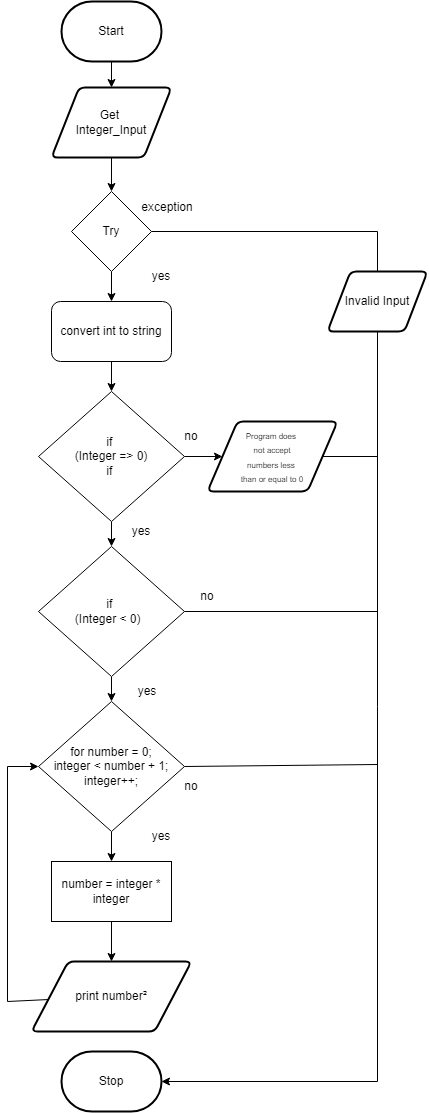
JacksonNaufal/ICS3U-Unit4-03-Python keeps this draw.io diagram as FlowChart.png. Above is the earlier version. Source tidied: cells renumbered, new cells last; positions are measured from the earlier drawing's top-left corner, leaving out a move shared by most shapes.
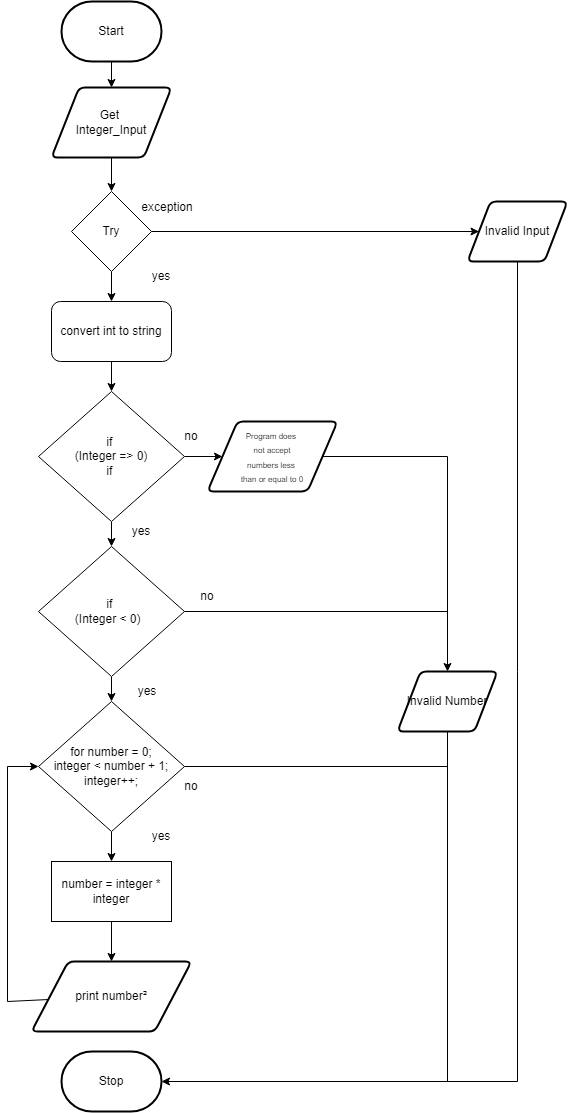
The same diagram one commit later.

What changed in the source:
```diff
@@ -11,31 +11,24 @@
     <mxCell id="4" value="Stop" style="strokeWidth=2;html=1;shape=mxgraph.flowchart.terminator;whiteSpace=wrap;rounded=1;" parent="1" vertex="1">
       <mxGeometry x="54" y="1050" width="100" height="60" as="geometry" />
     </mxCell>
+    <mxCell id="6" style="edgeStyle=none;html=1;" parent="1" edge="1" source="7" target="23">
+      <mxGeometry relative="1" as="geometry" />
+    </mxCell>
-    <mxCell id="5" style="edgeStyle=none;html=1;entryX=0.5;entryY=0;entryDx=0;entryDy=0;rounded=0;" parent="1" edge="1" source="7" target="9">
-      <mxGeometry relative="1" as="geometry">
-        <Array as="points">
-          <mxPoint x="370" y="230" />
-          <mxPoint x="370" y="290" />
-          <mxPoint x="370" y="350" />
-          <mxPoint x="370" y="540" />
-        </Array>
-      </mxGeometry>
+    <mxCell id="5" style="edgeStyle=none;rounded=0;html=1;entryX=0;entryY=0.5;entryDx=0;entryDy=0;endArrow=classic;endFill=1;" parent="1" edge="1" source="7" target="9">
+      <mxGeometry relative="1" as="geometry" />
     </mxCell>
-    <mxCell id="6" style="edgeStyle=none;html=1;" parent="1" edge="1" source="7" target="23">
-      <mxGeometry relative="1" as="geometry" />
-    </mxCell>
     <mxCell id="7" value="Try" style="rhombus;whiteSpace=wrap;html=1;" parent="1" vertex="1">
       <mxGeometry x="64" y="190" width="80" height="80" as="geometry" />
     </mxCell>
-    <mxCell id="8" style="edgeStyle=none;rounded=0;html=1;entryX=1;entryY=0.5;entryDx=0;entryDy=0;entryPerimeter=0;" parent="1" edge="1" source="9" target="4">
+    <mxCell id="8" style="edgeStyle=none;rounded=0;html=1;entryX=1;entryY=0.5;entryDx=0;entryDy=0;entryPerimeter=0;endArrow=classic;endFill=1;" parent="1" edge="1" source="9" target="4">
       <mxGeometry relative="1" as="geometry">
         <Array as="points">
-          <mxPoint x="370" y="1080" />
+          <mxPoint x="510" y="1080" />
         </Array>
       </mxGeometry>
     </mxCell>
     <mxCell id="9" value="Invalid Input" style="shape=parallelogram;html=1;strokeWidth=2;perimeter=parallelogramPerimeter;whiteSpace=wrap;rounded=1;arcSize=12;size=0.23;" parent="1" vertex="1">
-      <mxGeometry x="320" y="270" width="100" height="60" as="geometry" />
+      <mxGeometry x="460" y="200" width="100" height="60" as="geometry" />
     </mxCell>
     <mxCell id="10" style="edgeStyle=none;html=1;" parent="1" edge="1" source="11" target="7">
       <mxGeometry relative="1" as="geometry" />
@@ -55,9 +48,11 @@
     <mxCell id="15" style="edgeStyle=none;rounded=0;html=1;endArrow=classic;endFill=1;" parent="1" edge="1" source="17" target="21">
       <mxGeometry relative="1" as="geometry" />
     </mxCell>
-    <mxCell id="16" style="edgeStyle=none;rounded=0;html=1;endArrow=none;endFill=0;exitX=1;exitY=0.5;exitDx=0;exitDy=0;" parent="1" edge="1" source="17">
+    <mxCell id="16" style="edgeStyle=none;rounded=0;html=1;endArrow=none;endFill=0;exitX=1;exitY=0.5;exitDx=0;exitDy=0;entryX=0.5;entryY=0;entryDx=0;entryDy=0;" parent="1" edge="1" source="17" target="38">
       <mxGeometry relative="1" as="geometry">
-        <mxPoint x="370" y="763" as="targetPoint" />
+        <Array as="points">
+          <mxPoint x="440" y="765" />
+        </Array>
       </mxGeometry>
     </mxCell>
     <mxCell id="17" value="for number = 0;&lt;br&gt;integer &amp;lt; number + 1;&lt;br&gt;integer++;" style="rhombus;whiteSpace=wrap;html=1;" parent="1" vertex="1">
@@ -91,15 +86,17 @@
     </mxCell>
     <mxCell id="25" style="edgeStyle=none;html=1;endArrow=none;endFill=0;" parent="1" edge="1" source="26">
       <mxGeometry relative="1" as="geometry">
-        <mxPoint x="370" y="610" as="targetPoint" />
+        <mxPoint x="440" y="610" as="targetPoint" />
       </mxGeometry>
     </mxCell>
     <mxCell id="26" value="if&amp;nbsp;&lt;br&gt;(Integer &amp;lt; 0)&amp;nbsp;&amp;nbsp;" style="rhombus;whiteSpace=wrap;html=1;" parent="1" vertex="1">
       <mxGeometry x="31" y="545" width="146" height="130" as="geometry" />
     </mxCell>
-    <mxCell id="27" style="edgeStyle=none;rounded=0;html=1;endArrow=none;endFill=0;" parent="1" edge="1" source="28">
+    <mxCell id="27" style="edgeStyle=none;rounded=0;html=1;endArrow=classic;endFill=1;entryX=0.5;entryY=0;entryDx=0;entryDy=0;exitX=1;exitY=0.5;exitDx=0;exitDy=0;" parent="1" edge="1" source="28" target="38">
       <mxGeometry relative="1" as="geometry">
-        <mxPoint x="370" y="455" as="targetPoint" />
+        <Array as="points">
+          <mxPoint x="440" y="455" />
+        </Array>
       </mxGeometry>
     </mxCell>
     <mxCell id="28" value="&lt;font style=&quot;font-size: 8px&quot;&gt;Program does&amp;nbsp;&lt;br&gt;not accept&lt;br&gt;numbers less &lt;br&gt;than or equal to 0&lt;/font&gt;" style="shape=parallelogram;html=1;strokeWidth=2;perimeter=parallelogramPerimeter;whiteSpace=wrap;rounded=1;arcSize=12;size=0.23;" parent="1" vertex="1">
@@ -129,5 +126,13 @@
     <mxCell id="36" value="&lt;font style=&quot;font-size: 12px&quot;&gt;no&lt;/font&gt;" style="text;html=1;strokeColor=none;fillColor=none;align=center;verticalAlign=middle;whiteSpace=wrap;rounded=0;fontSize=8;" parent="1" vertex="1">
       <mxGeometry x="170" y="580" width="60" height="30" as="geometry" />
     </mxCell>
+    <mxCell id="37" style="edgeStyle=none;rounded=0;html=1;endArrow=none;endFill=0;" parent="1" edge="1" source="38">
+      <mxGeometry relative="1" as="geometry">
+        <mxPoint x="440" y="1080" as="targetPoint" />
+      </mxGeometry>
+    </mxCell>
+    <mxCell id="38" value="Invalid Number" style="shape=parallelogram;html=1;strokeWidth=2;perimeter=parallelogramPerimeter;whiteSpace=wrap;rounded=1;arcSize=12;size=0.23;" parent="1" vertex="1">
+      <mxGeometry x="390" y="670" width="100" height="60" as="geometry" />
+    </mxCell>
   </root>
 </mxGraphModel>
```
